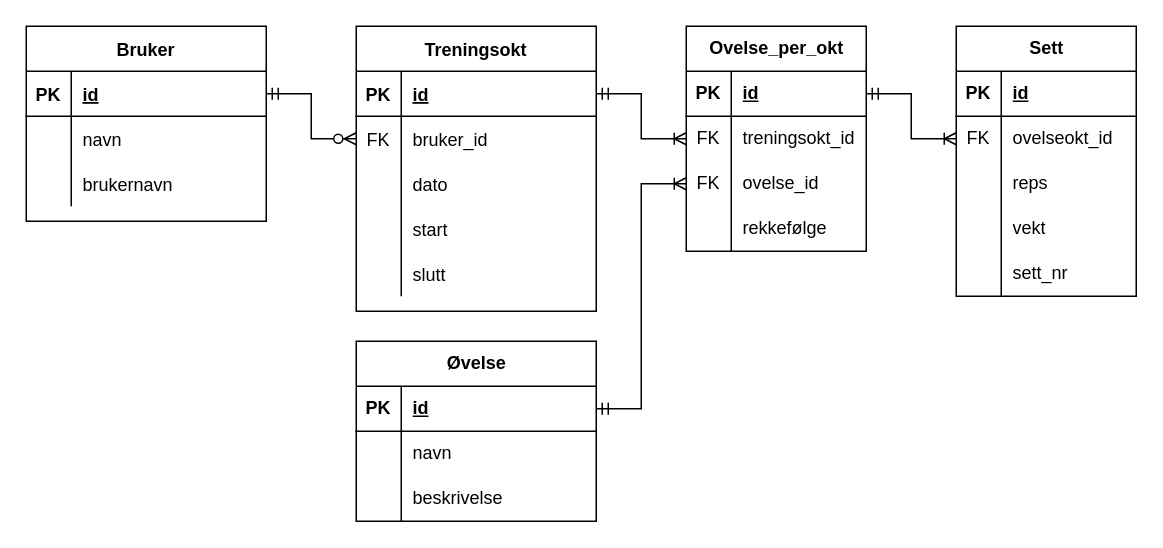
Earlier version of the draw.io diagram Datamodell.drawio (nikirack/prosjekt-arbeid). Source tidied: cells renumbered, new cells numbered last; positions are measured from the earlier drawing's top-left corner, leaving out a move shared by most shapes. Both pictures are drawn from the tidied source at 150%, with x=0, y=0 at pixel (26, 26).
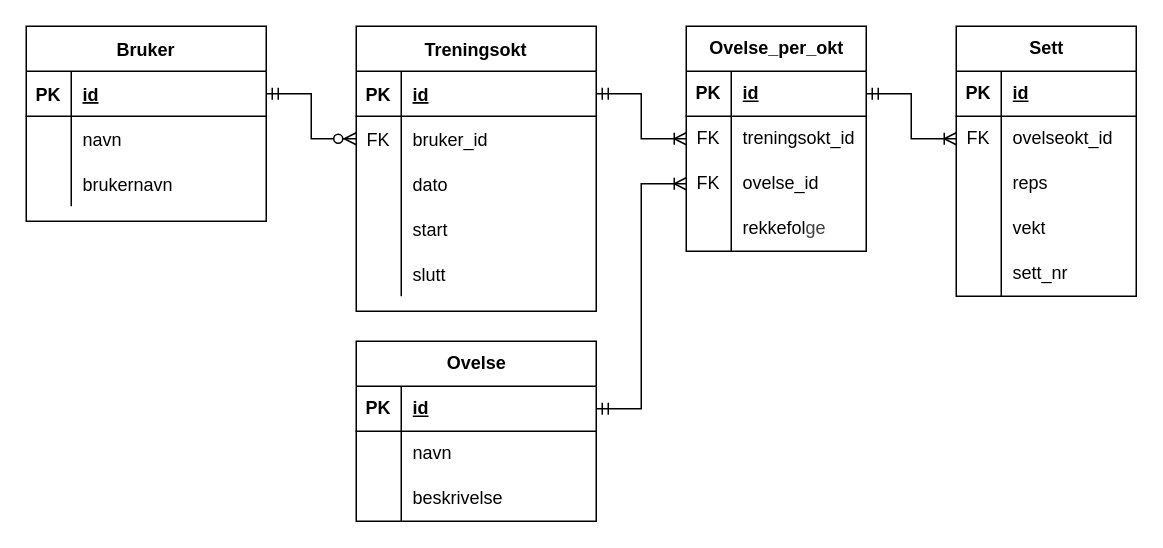
The same diagram, later.

Unchanged cells that the change refers to:
```xml
<mxCell id="55" style="shape=tableRow;horizontal=0;startSize=0;swimlaneHead=0;swimlaneBody=0;fillColor=none;top=0;left=0;right=0;bottom=0;" parent="45" vertex="1">
  <mxGeometry y="120" width="120" height="30" as="geometry" />
</mxCell>
```

Diff of the diagram source:
```diff
@@
-    <mxCell id="57" value="rekkefølge" style="shape=partialRectangle;fillColor=none;top=0;left=0;bottom=0;right=0;align=left;spacingLeft=6;overflow=hidden;whiteSpace=wrap;html=1;" parent="55" vertex="1">
+    <mxCell id="57" value="rekkefol&lt;span style=&quot;color: rgb(63, 63, 63); background-color: transparent;&quot;&gt;ge&lt;/span&gt;" style="shape=partialRectangle;fillColor=none;top=0;left=0;bottom=0;right=0;align=left;spacingLeft=6;overflow=hidden;whiteSpace=wrap;html=1;" parent="55" vertex="1">
       <mxGeometry x="30" width="90" height="30" as="geometry" />
     </mxCell>
@@
-    <mxCell id="59" value="Øvelse" style="shape=table;startSize=30;childLayout=tableLayout;rowLines=0;fontStyle=1;align=center;html=1;" parent="1" vertex="1">
+    <mxCell id="59" value="Ovelse" style="shape=table;startSize=30;childLayout=tableLayout;rowLines=0;fontStyle=1;align=center;html=1;" parent="1" vertex="1">
       <mxGeometry x="220" y="210" width="160" height="120" as="geometry" />
     </mxCell>
```
